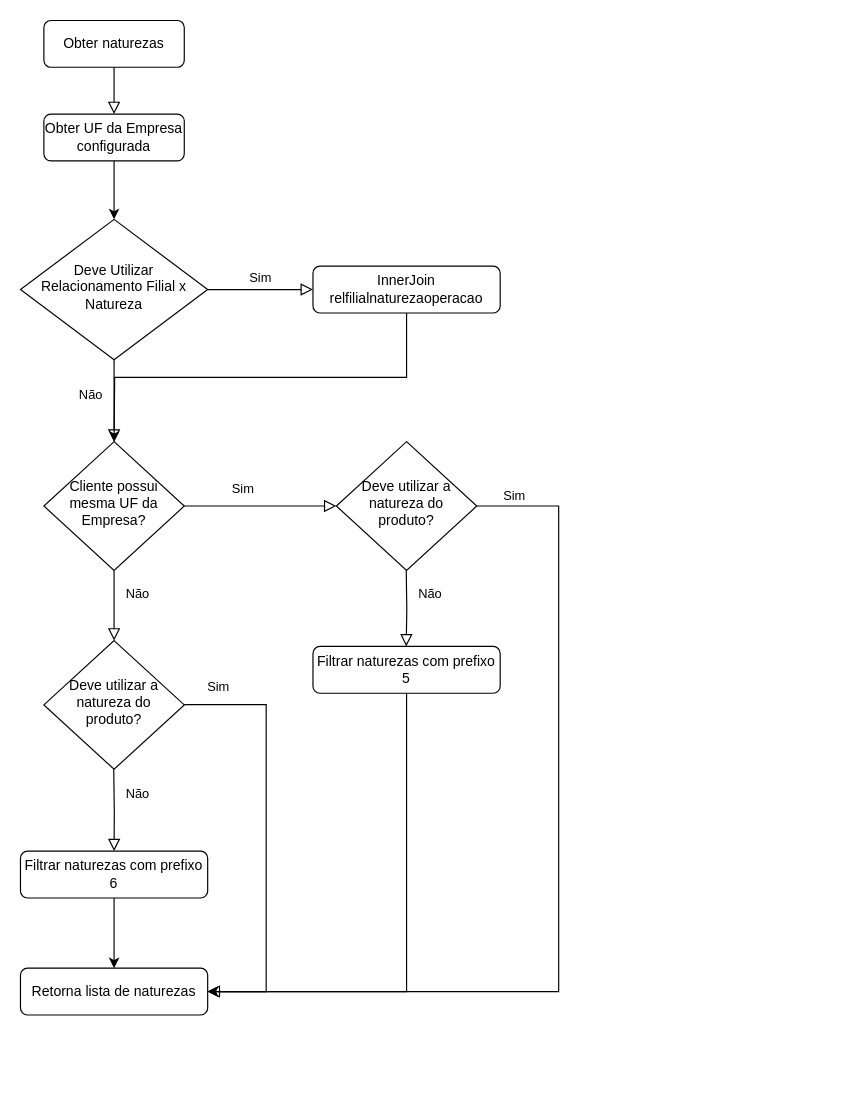
Above: Regras Natureza de Operacao - MTVendors.drawio in leandrocantiero/diagramas-uml (draw.io), before the change. Source tidied: cells renumbered, new cells numbered last; positions are measured from the earlier drawing's top-left corner, leaving out a move shared by most shapes. Both pictures are drawn from the tidied source at 117%, with x=0, y=0 at pixel (20, 20).
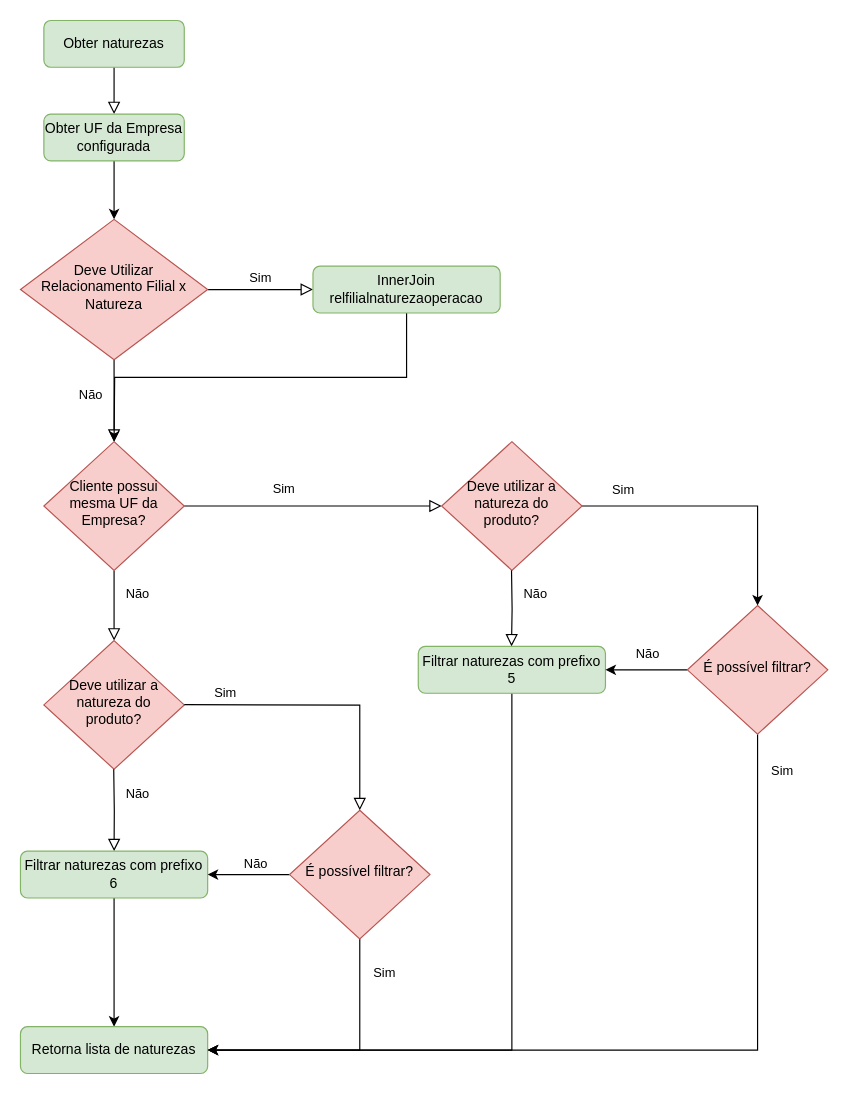
Above is the later version.

What changed in the source:
```diff
@@
-    <mxCell id="3" value="Obter naturezas" style="rounded=1;whiteSpace=wrap;html=1;fontSize=12;glass=0;strokeWidth=1;shadow=0;" parent="1" vertex="1">
+    <mxCell id="3" value="Obter naturezas" style="rounded=1;whiteSpace=wrap;html=1;fontSize=12;glass=0;strokeWidth=1;shadow=0;fillColor=#d5e8d4;strokeColor=#82b366;" parent="1" vertex="1">
       <mxGeometry x="20" width="120" height="40" as="geometry" />
     </mxCell>
@@
-    <mxCell id="6" value="Deve Utilizar Relacionamento Filial x Natureza" style="rhombus;whiteSpace=wrap;html=1;shadow=0;fontFamily=Helvetica;fontSize=12;align=center;strokeWidth=1;spacing=6;spacingTop=-4;" parent="1" vertex="1">
+    <mxCell id="6" value="Deve Utilizar Relacionamento Filial x Natureza" style="rhombus;whiteSpace=wrap;html=1;shadow=0;fontFamily=Helvetica;fontSize=12;align=center;strokeWidth=1;spacing=6;spacingTop=-4;fillColor=#f8cecc;strokeColor=#b85450;" parent="1" vertex="1">
       <mxGeometry y="170" width="160" height="120" as="geometry" />
     </mxCell>
@@
-    <mxCell id="8" value="InnerJoin relfilialnaturezaoperacao" style="rounded=1;whiteSpace=wrap;html=1;fontSize=12;glass=0;strokeWidth=1;shadow=0;" parent="1" vertex="1">
+    <mxCell id="8" value="InnerJoin relfilialnaturezaoperacao" style="rounded=1;whiteSpace=wrap;html=1;fontSize=12;glass=0;strokeWidth=1;shadow=0;fillColor=#d5e8d4;strokeColor=#82b366;" parent="1" vertex="1">
       <mxGeometry x="250" y="210" width="160" height="40" as="geometry" />
     </mxCell>
@@
-    <mxCell id="10" value="Sim" style="edgeStyle=orthogonalEdgeStyle;rounded=0;html=1;jettySize=auto;fontSize=11;endArrow=block;endFill=0;endSize=8;strokeWidth=1;shadow=0;labelBackgroundColor=none;" parent="1" edge="1" source="11">
-      <mxGeometry x="-0.23" y="15" relative="1" as="geometry">
-        <mxPoint x="270" y="415" as="targetPoint" />
-      </mxGeometry>
+    <mxCell id="10" value="Sim" style="edgeStyle=orthogonalEdgeStyle;rounded=0;html=1;jettySize=auto;fontSize=11;endArrow=block;endFill=0;endSize=8;strokeWidth=1;shadow=0;labelBackgroundColor=none;entryX=0;entryY=0.5;entryDx=0;entryDy=0;" parent="1" edge="1" source="11" target="16">
+      <mxGeometry x="-0.23" y="15" relative="1" as="geometry" />
     </mxCell>
-    <mxCell id="11" value="Cliente possui mesma UF da Empresa?" style="rhombus;whiteSpace=wrap;html=1;shadow=0;fontFamily=Helvetica;fontSize=12;align=center;strokeWidth=1;spacing=6;spacingTop=-4;" parent="1" vertex="1">
+    <mxCell id="11" value="Cliente possui mesma UF da Empresa?" style="rhombus;whiteSpace=wrap;html=1;shadow=0;fontFamily=Helvetica;fontSize=12;align=center;strokeWidth=1;spacing=6;spacingTop=-4;fillColor=#f8cecc;strokeColor=#b85450;" parent="1" vertex="1">
       <mxGeometry x="20" y="360" width="120" height="110" as="geometry" />
     </mxCell>
@@
-    <mxCell id="13" value="Obter UF da Empresa configurada" style="rounded=1;whiteSpace=wrap;html=1;fontSize=12;glass=0;strokeWidth=1;shadow=0;" parent="1" vertex="1">
+    <mxCell id="13" value="Obter UF da Empresa configurada" style="rounded=1;whiteSpace=wrap;html=1;fontSize=12;glass=0;strokeWidth=1;shadow=0;fillColor=#d5e8d4;strokeColor=#82b366;" parent="1" vertex="1">
       <mxGeometry x="20" y="80" width="120" height="40" as="geometry" />
     </mxCell>
-    <mxCell id="14" style="edgeStyle=orthogonalEdgeStyle;rounded=0;jettySize=auto;html=1;entryX=1;entryY=0.5;entryDx=0;entryDy=0;" parent="1" edge="1" source="16" target="25">
-      <mxGeometry relative="1" as="geometry">
-        <Array as="points">
-          <mxPoint x="460" y="415" />
-          <mxPoint x="460" y="830" />
-        </Array>
-      </mxGeometry>
-    </mxCell>
-    <mxCell id="15" value="Sim" style="edgeLabel;html=1;align=center;verticalAlign=middle;" parent="14" vertex="1">
-      <mxGeometry x="-0.88" relative="1" as="geometry">
-        <mxPoint x="-16" y="-10" as="offset" />
-      </mxGeometry>
-    </mxCell>
+    <mxCell id="26" style="edgeStyle=orthogonalEdgeStyle;rounded=0;jettySize=auto;html=1;exitX=1;exitY=0.5;exitDx=0;exitDy=0;entryX=0.5;entryY=0;entryDx=0;entryDy=0;" parent="1" edge="1" source="16" target="39">
+      <mxGeometry relative="1" as="geometry" />
+    </mxCell>
+    <mxCell id="27" value="Sim" style="edgeLabel;html=1;align=center;verticalAlign=middle;" parent="26" vertex="1">
+      <mxGeometry x="-0.71" relative="1" as="geometry">
+        <mxPoint y="-15" as="offset" />
+      </mxGeometry>
+    </mxCell>
-    <mxCell id="16" value="Deve utilizar a natureza do produto?" style="rhombus;whiteSpace=wrap;html=1;shadow=0;fontFamily=Helvetica;fontSize=12;align=center;strokeWidth=1;spacing=6;spacingTop=-4;" parent="1" vertex="1">
-      <mxGeometry x="270" y="360" width="120" height="110" as="geometry" />
+    <mxCell id="16" value="Deve utilizar a natureza do produto?" style="rhombus;whiteSpace=wrap;html=1;shadow=0;fontFamily=Helvetica;fontSize=12;align=center;strokeWidth=1;spacing=6;spacingTop=-4;fillColor=#f8cecc;strokeColor=#b85450;" parent="1" vertex="1">
+      <mxGeometry x="360" y="360" width="120" height="110" as="geometry" />
     </mxCell>
     <mxCell id="17" value="Não" style="rounded=0;html=1;jettySize=auto;fontSize=11;endArrow=block;endFill=0;endSize=8;strokeWidth=1;shadow=0;labelBackgroundColor=none;edgeStyle=orthogonalEdgeStyle;entryX=0.498;entryY=0;entryDx=0;entryDy=0;entryPerimeter=0;" parent="1" edge="1" target="22">
       <mxGeometry x="-0.38" y="20" relative="1" as="geometry">
-        <mxPoint x="329.7" y="470" as="sourcePoint" />
+        <mxPoint x="419.7" y="470" as="sourcePoint" />
       </mxGeometry>
     </mxCell>
-    <mxCell id="18" value="Deve utilizar a natureza do produto?" style="rhombus;whiteSpace=wrap;html=1;shadow=0;fontFamily=Helvetica;fontSize=12;align=center;strokeWidth=1;spacing=6;spacingTop=-4;" parent="1" vertex="1">
+    <mxCell id="18" value="Deve utilizar a natureza do produto?" style="rhombus;whiteSpace=wrap;html=1;shadow=0;fontFamily=Helvetica;fontSize=12;align=center;strokeWidth=1;spacing=6;spacingTop=-4;fillColor=#f8cecc;strokeColor=#b85450;" parent="1" vertex="1">
       <mxGeometry x="20" y="530" width="120" height="110" as="geometry" />
     </mxCell>
-    <mxCell id="19" value="Sim" style="edgeStyle=orthogonalEdgeStyle;rounded=0;html=1;jettySize=auto;fontSize=11;endArrow=block;endFill=0;endSize=8;strokeWidth=1;shadow=0;labelBackgroundColor=none;entryX=1;entryY=0.5;entryDx=0;entryDy=0;" parent="1" edge="1" target="25">
-      <mxGeometry x="-0.84" y="15" relative="1" as="geometry">
-        <mxPoint x="140" y="584.7" as="sourcePoint" />
-        <Array as="points">
-          <mxPoint x="210" y="585" />
-          <mxPoint x="210" y="830" />
-        </Array>
-      </mxGeometry>
-    </mxCell>
@@
     <mxCell id="21" style="edgeStyle=orthogonalEdgeStyle;rounded=0;jettySize=auto;html=1;entryX=1;entryY=0.5;entryDx=0;entryDy=0;" parent="1" edge="1" source="22" target="25">
       <mxGeometry relative="1" as="geometry">
         <Array as="points">
-          <mxPoint x="330" y="830" />
+          <mxPoint x="420" y="880" />
         </Array>
       </mxGeometry>
     </mxCell>
-    <mxCell id="22" value="Filtrar naturezas com prefixo 5" style="rounded=1;whiteSpace=wrap;html=1;fontSize=12;glass=0;strokeWidth=1;shadow=0;" parent="1" vertex="1">
-      <mxGeometry x="250" y="535" width="160" height="40" as="geometry" />
+    <mxCell id="22" value="Filtrar naturezas com prefixo 5" style="rounded=1;whiteSpace=wrap;html=1;fontSize=12;glass=0;strokeWidth=1;shadow=0;fillColor=#d5e8d4;strokeColor=#82b366;" parent="1" vertex="1">
+      <mxGeometry x="340" y="535" width="160" height="40" as="geometry" />
     </mxCell>
@@
-    <mxCell id="24" value="Filtrar naturezas com prefixo 6" style="rounded=1;whiteSpace=wrap;html=1;fontSize=12;glass=0;strokeWidth=1;shadow=0;" parent="1" vertex="1">
+    <mxCell id="24" value="Filtrar naturezas com prefixo 6" style="rounded=1;whiteSpace=wrap;html=1;fontSize=12;glass=0;strokeWidth=1;shadow=0;fillColor=#d5e8d4;strokeColor=#82b366;" parent="1" vertex="1">
       <mxGeometry y="710" width="160" height="40" as="geometry" />
     </mxCell>
-    <mxCell id="25" value="Retorna lista de naturezas" style="rounded=1;whiteSpace=wrap;html=1;fontSize=12;glass=0;strokeWidth=1;shadow=0;" parent="1" vertex="1">
-      <mxGeometry y="810" width="160" height="40" as="geometry" />
+    <mxCell id="25" value="Retorna lista de naturezas" style="rounded=1;whiteSpace=wrap;html=1;fontSize=12;glass=0;strokeWidth=1;shadow=0;fillColor=#d5e8d4;strokeColor=#82b366;" parent="1" vertex="1">
+      <mxGeometry y="860" width="160" height="40" as="geometry" />
     </mxCell>
+    <mxCell id="28" style="edgeStyle=orthogonalEdgeStyle;rounded=0;html=1;jettySize=auto;fontSize=11;endArrow=block;endFill=0;endSize=8;strokeWidth=1;shadow=0;labelBackgroundColor=none;entryX=0.5;entryY=0;entryDx=0;entryDy=0;" parent="1" edge="1" target="34">
+      <mxGeometry x="-0.84" y="15" relative="1" as="geometry">
+        <mxPoint x="140" y="584.7" as="sourcePoint" />
+      </mxGeometry>
+    </mxCell>
+    <mxCell id="29" value="Sim" style="edgeLabel;html=1;align=center;verticalAlign=middle;" parent="28" vertex="1">
+      <mxGeometry x="-0.71" relative="1" as="geometry">
+        <mxPoint y="-10" as="offset" />
+      </mxGeometry>
+    </mxCell>
+    <mxCell id="30" style="edgeStyle=orthogonalEdgeStyle;rounded=0;jettySize=auto;html=1;entryX=1;entryY=0.5;entryDx=0;entryDy=0;exitX=0.5;exitY=1;exitDx=0;exitDy=0;" parent="1" edge="1" source="34" target="25">
+      <mxGeometry relative="1" as="geometry" />
+    </mxCell>
+    <mxCell id="31" value="Sim" style="edgeLabel;html=1;align=center;verticalAlign=middle;" parent="30" vertex="1">
+      <mxGeometry x="-0.75" y="2" relative="1" as="geometry">
+        <mxPoint x="18" as="offset" />
+      </mxGeometry>
+    </mxCell>
+    <mxCell id="32" style="edgeStyle=orthogonalEdgeStyle;rounded=0;jettySize=auto;html=1;entryX=1;entryY=0.5;entryDx=0;entryDy=0;" parent="1" edge="1" source="34" target="24">
+      <mxGeometry relative="1" as="geometry" />
+    </mxCell>
+    <mxCell id="33" value="Não" style="edgeLabel;html=1;align=center;verticalAlign=middle;" parent="32" vertex="1">
+      <mxGeometry x="-0.14" y="-1" relative="1" as="geometry">
+        <mxPoint y="-9" as="offset" />
+      </mxGeometry>
+    </mxCell>
+    <mxCell id="34" value="É possível filtrar?" style="rhombus;whiteSpace=wrap;html=1;shadow=0;fontFamily=Helvetica;fontSize=12;align=center;strokeWidth=1;spacing=6;spacingTop=-4;fillColor=#f8cecc;strokeColor=#b85450;" parent="1" vertex="1">
+      <mxGeometry x="230" y="675" width="120" height="110" as="geometry" />
+    </mxCell>
+    <mxCell id="35" style="edgeStyle=orthogonalEdgeStyle;rounded=0;jettySize=auto;html=1;entryX=1;entryY=0.5;entryDx=0;entryDy=0;" parent="1" edge="1" source="39" target="22">
+      <mxGeometry relative="1" as="geometry" />
+    </mxCell>
+    <mxCell id="36" value="Não" style="edgeLabel;html=1;align=center;verticalAlign=middle;" parent="35" vertex="1">
+      <mxGeometry y="-1" relative="1" as="geometry">
+        <mxPoint y="-14" as="offset" />
+      </mxGeometry>
+    </mxCell>
+    <mxCell id="37" style="edgeStyle=orthogonalEdgeStyle;rounded=0;jettySize=auto;html=1;entryX=1;entryY=0.5;entryDx=0;entryDy=0;" parent="1" edge="1" source="39" target="25">
+      <mxGeometry relative="1" as="geometry">
+        <Array as="points">
+          <mxPoint x="630" y="880" />
+        </Array>
+      </mxGeometry>
+    </mxCell>
+    <mxCell id="38" value="Sim" style="edgeLabel;html=1;align=center;verticalAlign=middle;" parent="37" vertex="1">
+      <mxGeometry x="-0.84" y="2" relative="1" as="geometry">
+        <mxPoint x="18" y="-29" as="offset" />
+      </mxGeometry>
+    </mxCell>
+    <mxCell id="39" value="É possível filtrar?" style="rhombus;whiteSpace=wrap;html=1;shadow=0;fontFamily=Helvetica;fontSize=12;align=center;strokeWidth=1;spacing=6;spacingTop=-4;fillColor=#f8cecc;strokeColor=#b85450;" parent="1" vertex="1">
+      <mxGeometry x="570" y="500" width="120" height="110" as="geometry" />
+    </mxCell>
```
